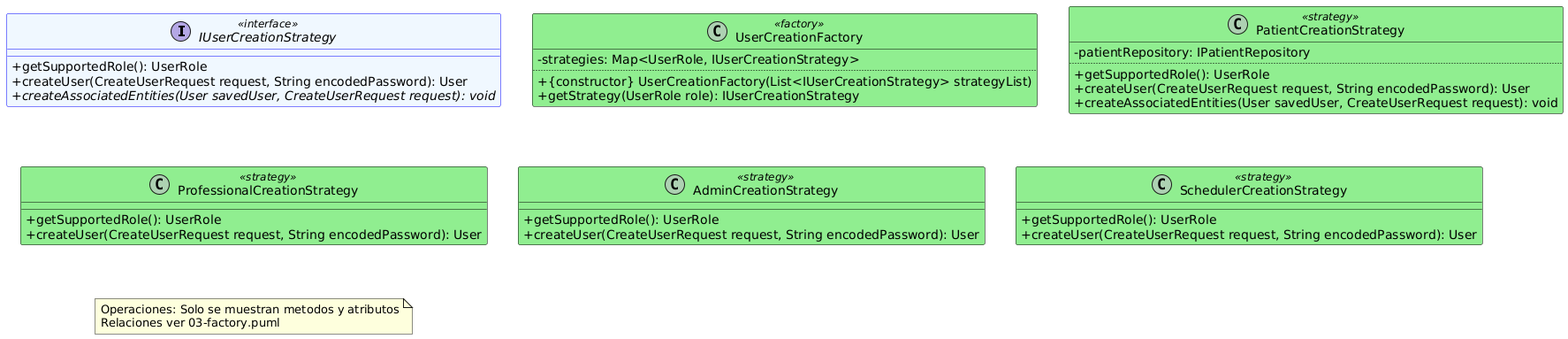
Before: services/users-service/docs/modeling/uml/diagrams/FactoryOperations.png, a diagram exported from PlantUML (LeyderCeronM/Proyecto_piedra_azul). The source it was exported from:
```plantuml
@startuml FactoryOperations

skinparam classAttributeIconSize 0
skinparam defaultFontName SansSerif

interface IUserCreationStrategy <<interface>> #F0F8FF;line:blue {
  +getSupportedRole(): UserRole
  +createUser(CreateUserRequest request, String encodedPassword): User
  +{abstract} createAssociatedEntities(User savedUser, CreateUserRequest request): void
}

class UserCreationFactory <<factory>> #90EE90;line:Black {
  -strategies: Map<UserRole, IUserCreationStrategy>
  ..
  +{constructor} UserCreationFactory(List<IUserCreationStrategy> strategyList)
  +getStrategy(UserRole role): IUserCreationStrategy
}

class PatientCreationStrategy <<strategy>> #90EE90;line:Black {
  -patientRepository: IPatientRepository
  ..
  +getSupportedRole(): UserRole
  +createUser(CreateUserRequest request, String encodedPassword): User
  +createAssociatedEntities(User savedUser, CreateUserRequest request): void
}

class ProfessionalCreationStrategy <<strategy>> #90EE90;line:Black {
  +getSupportedRole(): UserRole
  +createUser(CreateUserRequest request, String encodedPassword): User
}

class AdminCreationStrategy <<strategy>> #90EE90;line:Black {
  +getSupportedRole(): UserRole
  +createUser(CreateUserRequest request, String encodedPassword): User
}

class SchedulerCreationStrategy <<strategy>> #90EE90;line:Black {
  +getSupportedRole(): UserRole
  +createUser(CreateUserRequest request, String encodedPassword): User
}

note "Operaciones: Solo se muestran metodos y atributos\nRelaciones ver 03-factory.puml" as N1

@enduml
```
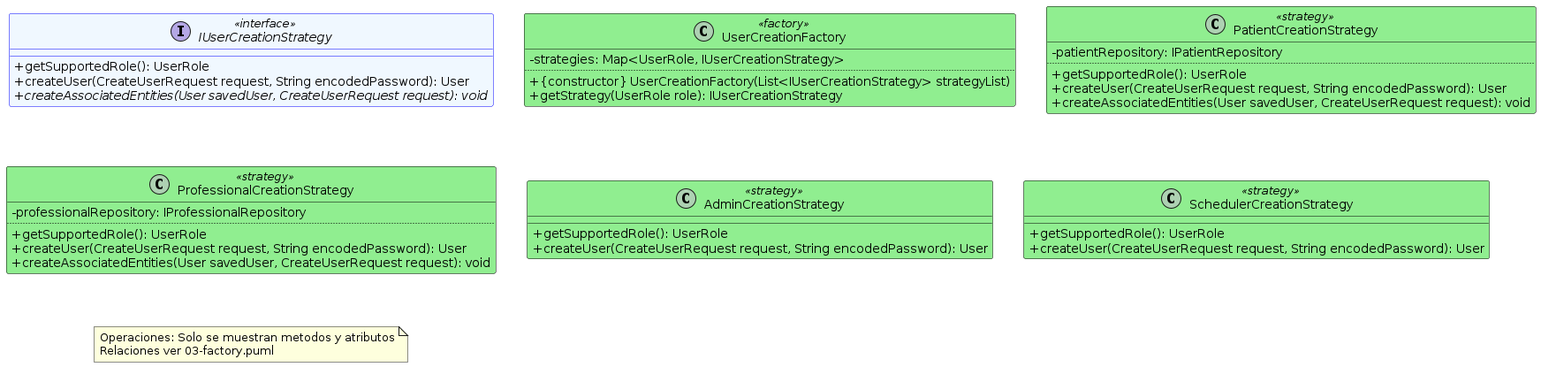
The same file after the commit.

Commit message:
docs(users-service): update docs and UML for Professional entity creation fix

What changed in the source:
```diff
@@ -25,8 +25,11 @@
 }
 
 class ProfessionalCreationStrategy <<strategy>> #90EE90;line:Black {
+  -professionalRepository: IProfessionalRepository
+  ..
   +getSupportedRole(): UserRole
   +createUser(CreateUserRequest request, String encodedPassword): User
+  +createAssociatedEntities(User savedUser, CreateUserRequest request): void
 }
 
 class AdminCreationStrategy <<strategy>> #90EE90;line:Black {
```
